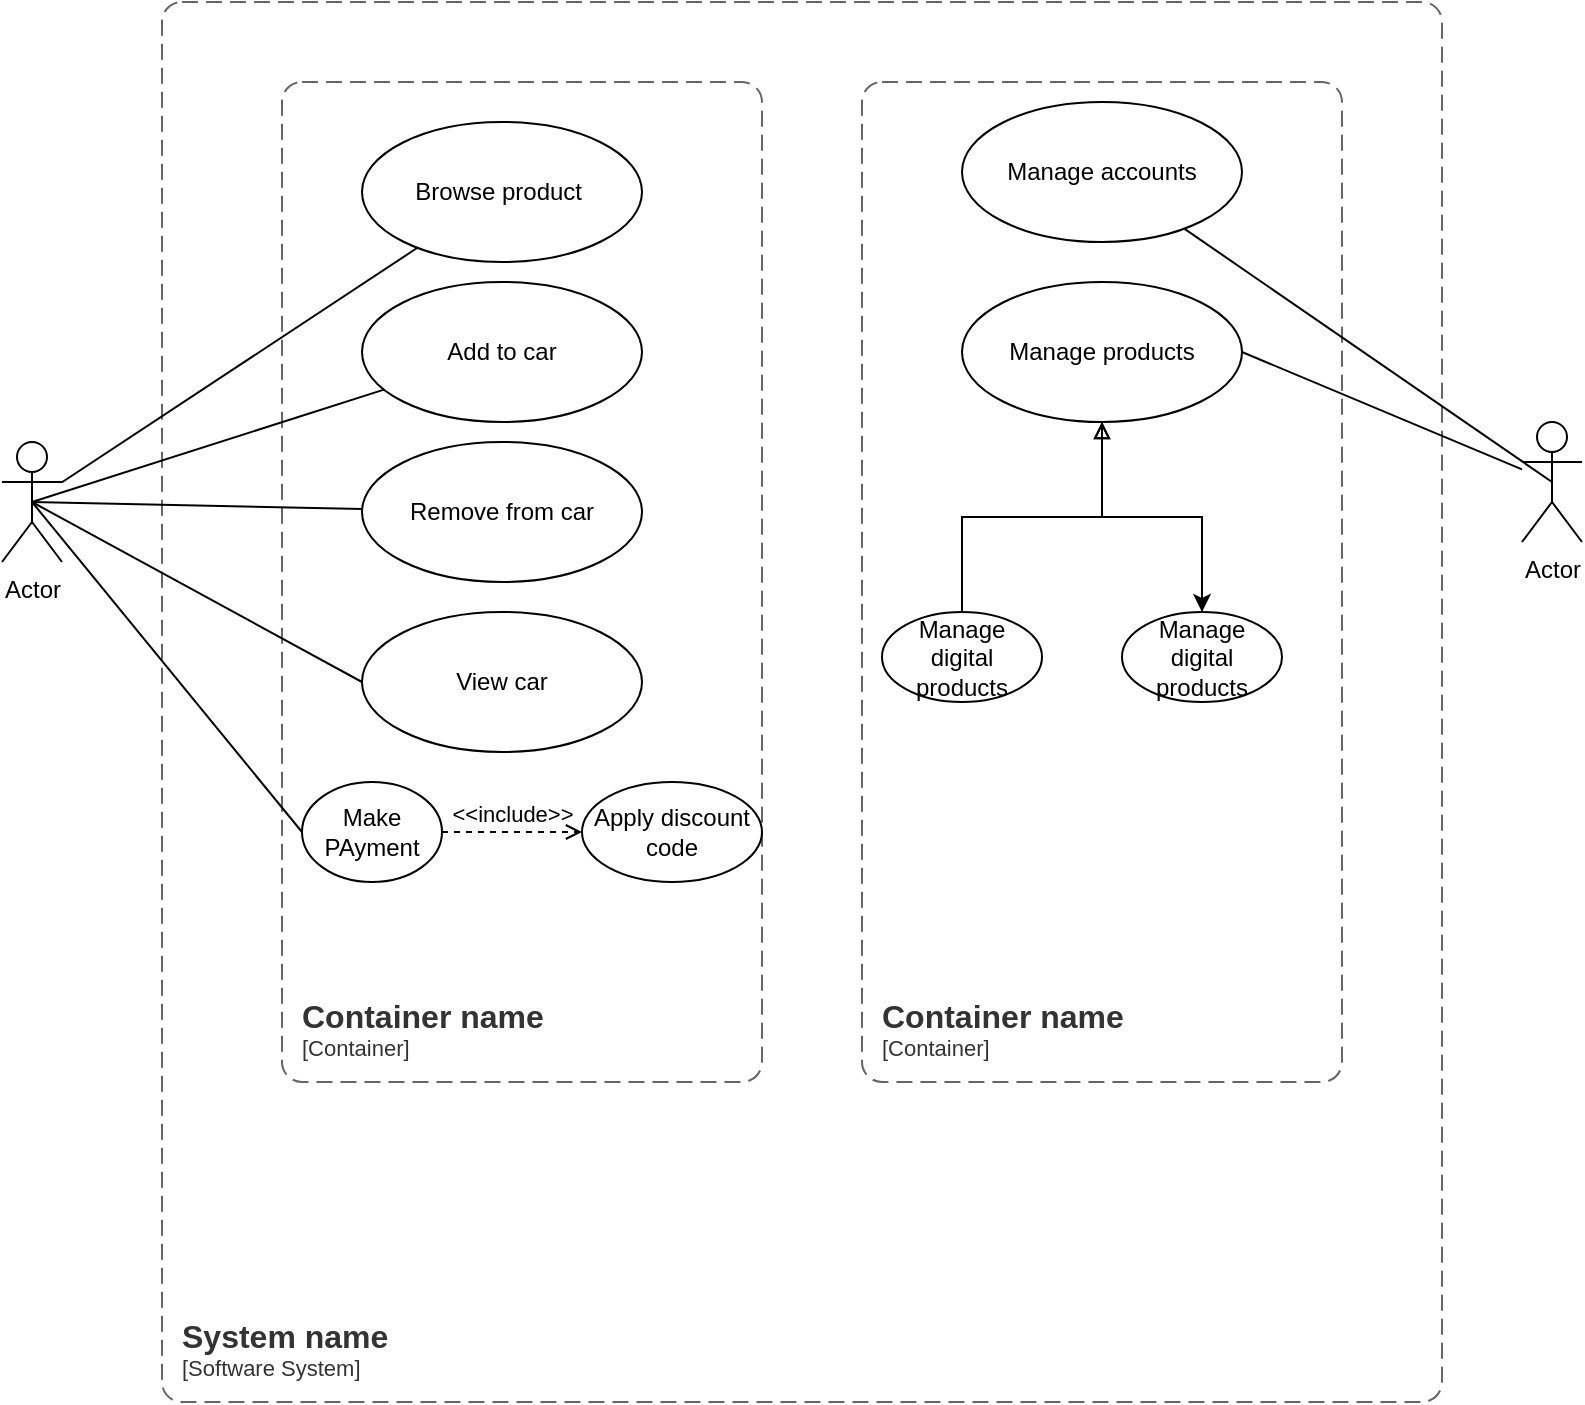
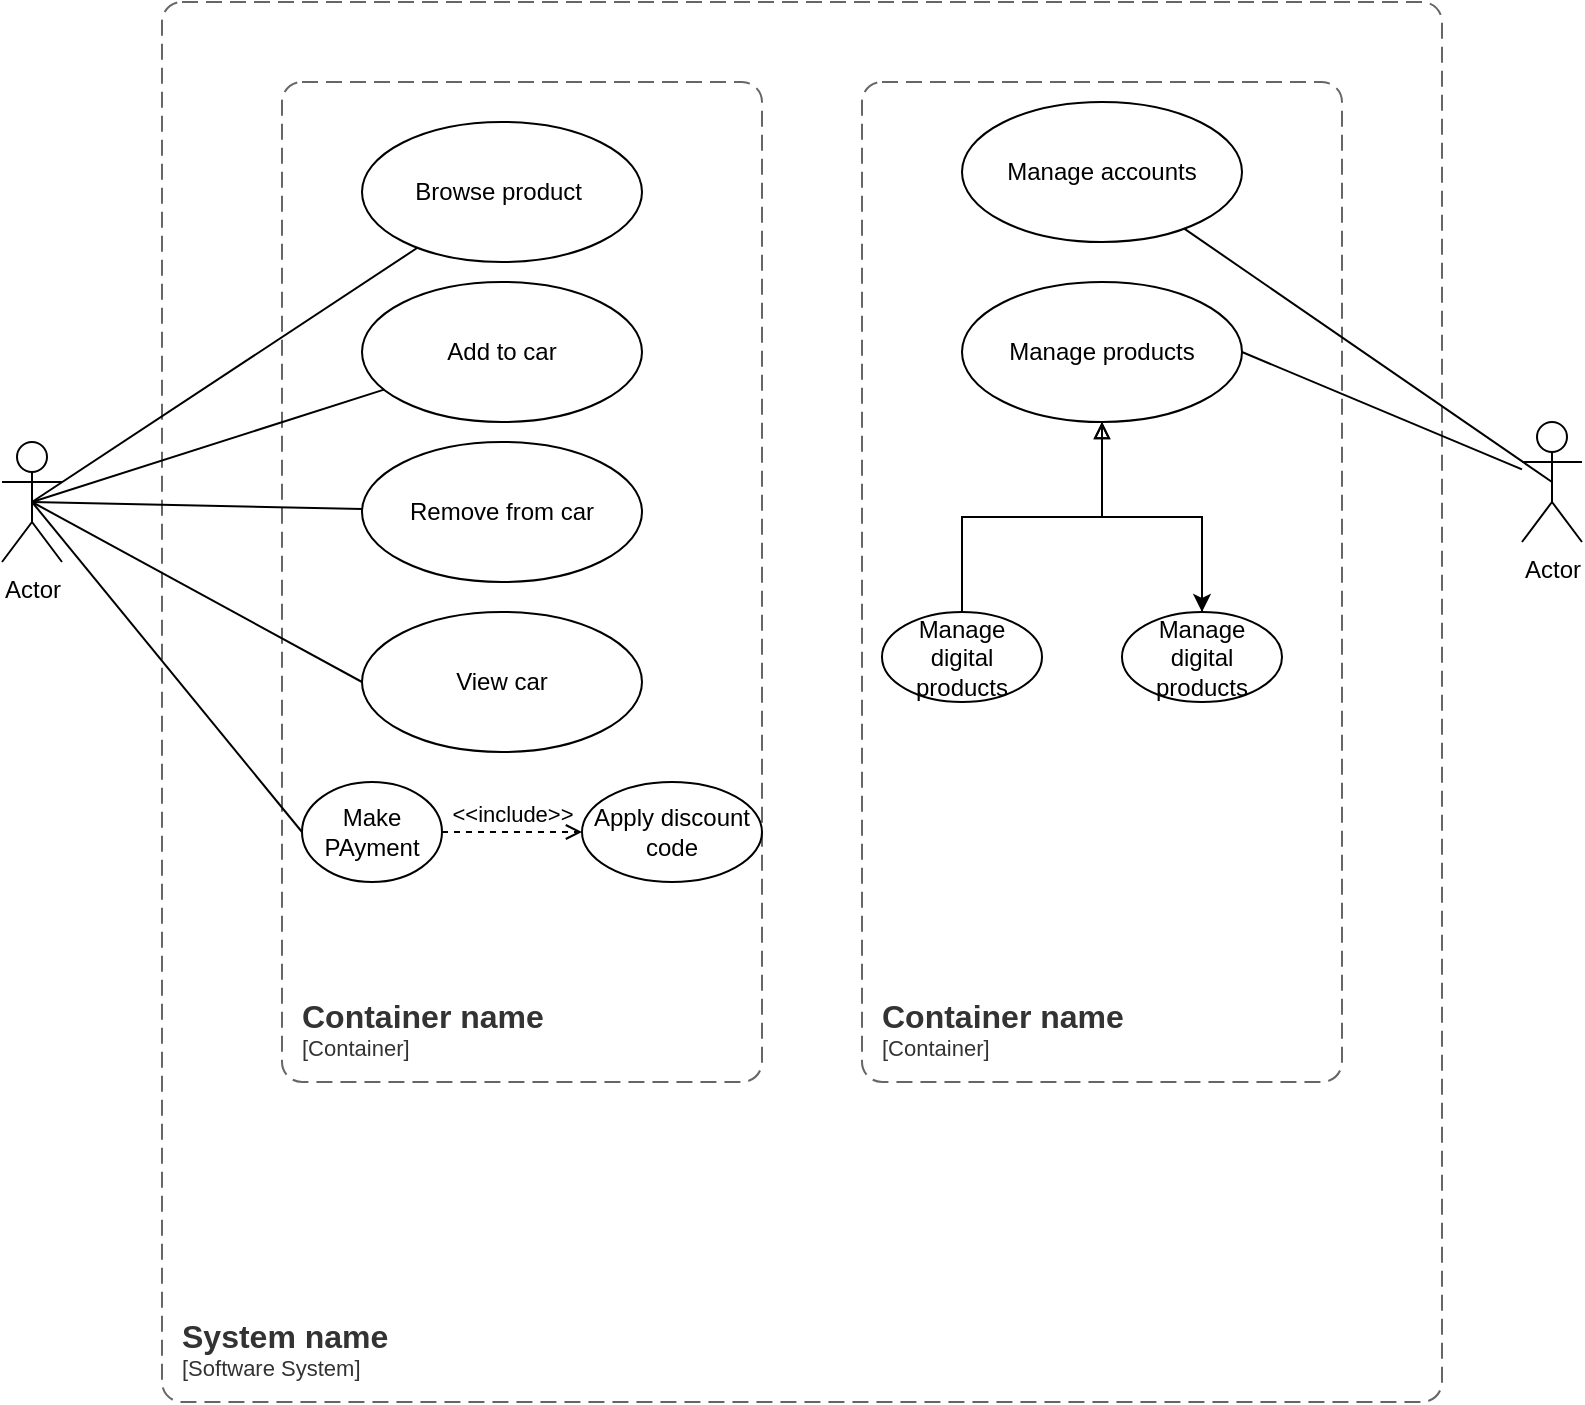
<mxfile host="app.diagrams.net">
  <diagram name="Página-1" id="vO_xFdO6hM2sYzBn59Zn">
-     <mxGraphModel dx="1664" dy="891" grid="1" gridSize="10" guides="1" tooltips="1" connect="1" arrows="1" fold="1" page="1" pageScale="1" pageWidth="827" pageHeight="1169" math="0" shadow="0">
+     <mxGraphModel dx="1240" dy="650" grid="1" gridSize="10" guides="1" tooltips="1" connect="1" arrows="1" fold="1" page="1" pageScale="1" pageWidth="827" pageHeight="1169" math="0" shadow="0">
      <root>
        <mxCell id="0" />
        <mxCell id="1" parent="0" />
        <object placeholders="1" c4Name="System name" c4Type="SystemScopeBoundary" c4Application="Software System" label="&lt;font style=&quot;font-size: 16px&quot;&gt;&lt;b&gt;&lt;div style=&quot;text-align: left&quot;&gt;%c4Name%&lt;/div&gt;&lt;/b&gt;&lt;/font&gt;&lt;div style=&quot;text-align: left&quot;&gt;[%c4Application%]&lt;/div&gt;" id="7bhtM8d5imVfzoi_s30x-1">
          <mxCell parent="1" style="rounded=1;fontSize=11;whiteSpace=wrap;html=1;dashed=1;arcSize=20;fillColor=none;strokeColor=#666666;fontColor=#333333;labelBackgroundColor=none;align=left;verticalAlign=bottom;labelBorderColor=none;spacingTop=0;spacing=10;dashPattern=8 4;metaEdit=1;rotatable=0;perimeter=rectanglePerimeter;noLabel=0;labelPadding=0;allowArrows=0;connectable=0;expand=0;recursiveResize=0;editable=1;pointerEvents=0;absoluteArcSize=1;points=[[0.25,0,0],[0.5,0,0],[0.75,0,0],[1,0.25,0],[1,0.5,0],[1,0.75,0],[0.75,1,0],[0.5,1,0],[0.25,1,0],[0,0.75,0],[0,0.5,0],[0,0.25,0]];" vertex="1">
            <mxGeometry height="700" width="640" x="90" y="110" as="geometry" />
          </mxCell>
        </object>
        <object placeholders="1" c4Name="Container name" c4Type="ContainerScopeBoundary" c4Application="Container" label="&lt;font style=&quot;font-size: 16px&quot;&gt;&lt;b&gt;&lt;div style=&quot;text-align: left&quot;&gt;%c4Name%&lt;/div&gt;&lt;/b&gt;&lt;/font&gt;&lt;div style=&quot;text-align: left&quot;&gt;[%c4Application%]&lt;/div&gt;" id="7bhtM8d5imVfzoi_s30x-3">
          <mxCell parent="1" style="rounded=1;fontSize=11;whiteSpace=wrap;html=1;dashed=1;arcSize=20;fillColor=none;strokeColor=#666666;fontColor=#333333;labelBackgroundColor=none;align=left;verticalAlign=bottom;labelBorderColor=none;spacingTop=0;spacing=10;dashPattern=8 4;metaEdit=1;rotatable=0;perimeter=rectanglePerimeter;noLabel=0;labelPadding=0;allowArrows=0;connectable=0;expand=0;recursiveResize=0;editable=1;pointerEvents=0;absoluteArcSize=1;points=[[0.25,0,0],[0.5,0,0],[0.75,0,0],[1,0.25,0],[1,0.5,0],[1,0.75,0],[0.75,1,0],[0.5,1,0],[0.25,1,0],[0,0.75,0],[0,0.5,0],[0,0.25,0]];" vertex="1">
            <mxGeometry height="500" width="240" x="150" y="150" as="geometry" />
          </mxCell>
        </object>
        <mxCell id="7bhtM8d5imVfzoi_s30x-4" parent="1" style="shape=umlActor;verticalLabelPosition=bottom;verticalAlign=top;html=1;outlineConnect=0;" value="Actor" vertex="1">
          <mxGeometry height="60" width="30" x="10" y="330" as="geometry" />
        </mxCell>
        <mxCell id="7bhtM8d5imVfzoi_s30x-5" parent="1" style="shape=umlActor;verticalLabelPosition=bottom;verticalAlign=top;html=1;outlineConnect=0;" value="Actor" vertex="1">
          <mxGeometry height="60" width="30" x="770" y="320" as="geometry" />
        </mxCell>
        <object placeholders="1" c4Name="Container name" c4Type="ContainerScopeBoundary" c4Application="Container" label="&lt;font style=&quot;font-size: 16px&quot;&gt;&lt;b&gt;&lt;div style=&quot;text-align: left&quot;&gt;%c4Name%&lt;/div&gt;&lt;/b&gt;&lt;/font&gt;&lt;div style=&quot;text-align: left&quot;&gt;[%c4Application%]&lt;/div&gt;" id="7bhtM8d5imVfzoi_s30x-6">
          <mxCell parent="1" style="rounded=1;fontSize=11;whiteSpace=wrap;html=1;dashed=1;arcSize=20;fillColor=none;strokeColor=#666666;fontColor=#333333;labelBackgroundColor=none;align=left;verticalAlign=bottom;labelBorderColor=none;spacingTop=0;spacing=10;dashPattern=8 4;metaEdit=1;rotatable=0;perimeter=rectanglePerimeter;noLabel=0;labelPadding=0;allowArrows=0;connectable=0;expand=0;recursiveResize=0;editable=1;pointerEvents=0;absoluteArcSize=1;points=[[0.25,0,0],[0.5,0,0],[0.75,0,0],[1,0.25,0],[1,0.5,0],[1,0.75,0],[0.75,1,0],[0.5,1,0],[0.25,1,0],[0,0.75,0],[0,0.5,0],[0,0.25,0]];" vertex="1">
            <mxGeometry height="500" width="240" x="440" y="150" as="geometry" />
          </mxCell>
        </object>
        <mxCell id="7bhtM8d5imVfzoi_s30x-8" parent="1" style="ellipse;whiteSpace=wrap;html=1;" value="Browse product&amp;nbsp;" vertex="1">
          <mxGeometry height="70" width="140" x="190" y="170" as="geometry" />
        </mxCell>
        <mxCell id="7bhtM8d5imVfzoi_s30x-10" parent="1" style="ellipse;whiteSpace=wrap;html=1;" value="Add to car" vertex="1">
          <mxGeometry height="70" width="140" x="190" y="250" as="geometry" />
        </mxCell>
-         <mxCell id="7bhtM8d5imVfzoi_s30x-14" edge="1" parent="1" source="7bhtM8d5imVfzoi_s30x-4" style="endArrow=none;html=1;rounded=0;" target="7bhtM8d5imVfzoi_s30x-8" value="">
+         <mxCell id="7bhtM8d5imVfzoi_s30x-14" edge="1" parent="1" source="7bhtM8d5imVfzoi_s30x-4" style="endArrow=none;html=1;rounded=0;exitX=0.5;exitY=0.5;exitDx=0;exitDy=0;exitPerimeter=0;" target="7bhtM8d5imVfzoi_s30x-8" value="">
          <mxGeometry height="50" relative="1" width="50" as="geometry">
            <mxPoint x="390" y="520" as="sourcePoint" />
            <mxPoint x="440" y="470" as="targetPoint" />
          </mxGeometry>
        </mxCell>
        <mxCell id="7bhtM8d5imVfzoi_s30x-15" edge="1" parent="1" source="7bhtM8d5imVfzoi_s30x-4" style="endArrow=none;html=1;rounded=0;exitX=0.5;exitY=0.5;exitDx=0;exitDy=0;exitPerimeter=0;" target="7bhtM8d5imVfzoi_s30x-10" value="">
          <mxGeometry height="50" relative="1" width="50" as="geometry">
            <mxPoint x="220" y="434" as="sourcePoint" />
            <mxPoint x="348" y="400" as="targetPoint" />
          </mxGeometry>
        </mxCell>
        <mxCell id="18y3CIqPiuT5SjcWLTtJ-2" parent="1" style="ellipse;whiteSpace=wrap;html=1;" value="Remove from car" vertex="1">
          <mxGeometry height="70" width="140" x="190" y="330" as="geometry" />
        </mxCell>
        <mxCell id="18y3CIqPiuT5SjcWLTtJ-3" parent="1" style="ellipse;whiteSpace=wrap;html=1;" value="View car" vertex="1">
          <mxGeometry height="70" width="140" x="190" y="415" as="geometry" />
        </mxCell>
        <mxCell id="18y3CIqPiuT5SjcWLTtJ-4" edge="1" parent="1" source="7bhtM8d5imVfzoi_s30x-4" style="endArrow=none;html=1;rounded=0;exitX=0.5;exitY=0.5;exitDx=0;exitDy=0;exitPerimeter=0;" target="18y3CIqPiuT5SjcWLTtJ-2" value="">
          <mxGeometry height="50" relative="1" width="50" as="geometry">
            <mxPoint x="270" y="557.1083377915522" as="sourcePoint" />
            <mxPoint x="448" y="440.10833779155223" as="targetPoint" />
          </mxGeometry>
        </mxCell>
        <mxCell id="18y3CIqPiuT5SjcWLTtJ-5" edge="1" parent="1" source="7bhtM8d5imVfzoi_s30x-4" style="endArrow=none;html=1;rounded=0;exitX=0.5;exitY=0.5;exitDx=0;exitDy=0;exitPerimeter=0;entryX=0;entryY=0.5;entryDx=0;entryDy=0;" target="18y3CIqPiuT5SjcWLTtJ-3" value="">
          <mxGeometry height="50" relative="1" width="50" as="geometry">
            <mxPoint x="170" y="500" as="sourcePoint" />
            <mxPoint x="335" y="504" as="targetPoint" />
          </mxGeometry>
        </mxCell>
        <mxCell id="18y3CIqPiuT5SjcWLTtJ-6" parent="1" style="ellipse;whiteSpace=wrap;html=1;" value="Make PAyment" vertex="1">
          <mxGeometry height="50" width="70" x="160" y="500" as="geometry" />
        </mxCell>
        <mxCell id="18y3CIqPiuT5SjcWLTtJ-7" edge="1" parent="1" source="7bhtM8d5imVfzoi_s30x-4" style="endArrow=none;html=1;rounded=0;exitX=0.5;exitY=0.5;exitDx=0;exitDy=0;exitPerimeter=0;entryX=0;entryY=0.5;entryDx=0;entryDy=0;" target="18y3CIqPiuT5SjcWLTtJ-6" value="">
          <mxGeometry height="50" relative="1" width="50" as="geometry">
            <mxPoint x="40" y="457.10833779155223" as="sourcePoint" />
            <mxPoint x="218" y="340.10833779155223" as="targetPoint" />
          </mxGeometry>
        </mxCell>
        <mxCell id="18y3CIqPiuT5SjcWLTtJ-8" parent="1" style="ellipse;whiteSpace=wrap;html=1;" value="Apply discount code" vertex="1">
          <mxGeometry height="50" width="90" x="300" y="500" as="geometry" />
        </mxCell>
        <mxCell id="18y3CIqPiuT5SjcWLTtJ-9" edge="1" parent="1" source="18y3CIqPiuT5SjcWLTtJ-6" style="html=1;verticalAlign=bottom;labelBackgroundColor=none;endArrow=open;endFill=0;dashed=1;rounded=0;exitX=1;exitY=0.5;exitDx=0;exitDy=0;entryX=0;entryY=0.5;entryDx=0;entryDy=0;" target="18y3CIqPiuT5SjcWLTtJ-8" value="&amp;lt;&amp;lt;include&amp;gt;&amp;gt;">
          <mxGeometry relative="1" width="160" as="geometry">
            <mxPoint x="250" y="570" as="sourcePoint" />
            <mxPoint x="410" y="570" as="targetPoint" />
          </mxGeometry>
        </mxCell>
        <mxCell id="18y3CIqPiuT5SjcWLTtJ-10" parent="1" style="ellipse;whiteSpace=wrap;html=1;" value="Manage accounts" vertex="1">
          <mxGeometry height="70" width="140" x="490" y="160" as="geometry" />
        </mxCell>
        <mxCell id="18y3CIqPiuT5SjcWLTtJ-12" edge="1" parent="1" source="18y3CIqPiuT5SjcWLTtJ-11" style="rounded=0;orthogonalLoop=1;jettySize=auto;html=1;endArrow=none;endFill=0;exitX=1;exitY=0.5;exitDx=0;exitDy=0;" target="7bhtM8d5imVfzoi_s30x-5">
          <mxGeometry relative="1" as="geometry" />
        </mxCell>
        <mxCell id="18y3CIqPiuT5SjcWLTtJ-18" edge="1" parent="1" source="18y3CIqPiuT5SjcWLTtJ-11" style="edgeStyle=orthogonalEdgeStyle;rounded=0;orthogonalLoop=1;jettySize=auto;html=1;" target="18y3CIqPiuT5SjcWLTtJ-15" value="">
          <mxGeometry relative="1" as="geometry" />
        </mxCell>
        <mxCell id="18y3CIqPiuT5SjcWLTtJ-11" parent="1" style="ellipse;whiteSpace=wrap;html=1;" value="Manage products" vertex="1">
          <mxGeometry height="70" width="140" x="490" y="250" as="geometry" />
        </mxCell>
        <mxCell id="18y3CIqPiuT5SjcWLTtJ-13" edge="1" parent="1" source="18y3CIqPiuT5SjcWLTtJ-10" style="rounded=0;orthogonalLoop=1;jettySize=auto;html=1;entryX=0.5;entryY=0.5;entryDx=0;entryDy=0;entryPerimeter=0;endArrow=none;endFill=0;" target="7bhtM8d5imVfzoi_s30x-5">
          <mxGeometry relative="1" as="geometry" />
        </mxCell>
        <mxCell id="18y3CIqPiuT5SjcWLTtJ-16" edge="1" parent="1" source="18y3CIqPiuT5SjcWLTtJ-14" style="edgeStyle=orthogonalEdgeStyle;rounded=0;orthogonalLoop=1;jettySize=auto;html=1;entryX=0.5;entryY=1;entryDx=0;entryDy=0;endArrow=block;endFill=0;" target="18y3CIqPiuT5SjcWLTtJ-11">
          <mxGeometry relative="1" as="geometry" />
        </mxCell>
        <mxCell id="18y3CIqPiuT5SjcWLTtJ-14" parent="1" style="ellipse;whiteSpace=wrap;html=1;" value="Manage digital products" vertex="1">
          <mxGeometry height="45" width="80" x="450" y="415" as="geometry" />
        </mxCell>
        <mxCell id="18y3CIqPiuT5SjcWLTtJ-17" edge="1" parent="1" source="18y3CIqPiuT5SjcWLTtJ-15" style="edgeStyle=orthogonalEdgeStyle;rounded=0;orthogonalLoop=1;jettySize=auto;html=1;entryX=0.5;entryY=1;entryDx=0;entryDy=0;endArrow=block;endFill=0;" target="18y3CIqPiuT5SjcWLTtJ-11">
          <mxGeometry relative="1" as="geometry" />
        </mxCell>
        <mxCell id="18y3CIqPiuT5SjcWLTtJ-15" parent="1" style="ellipse;whiteSpace=wrap;html=1;" value="Manage digital products" vertex="1">
          <mxGeometry height="45" width="80" x="570" y="415" as="geometry" />
        </mxCell>
      </root>
    </mxGraphModel>
  </diagram>
</mxfile>
